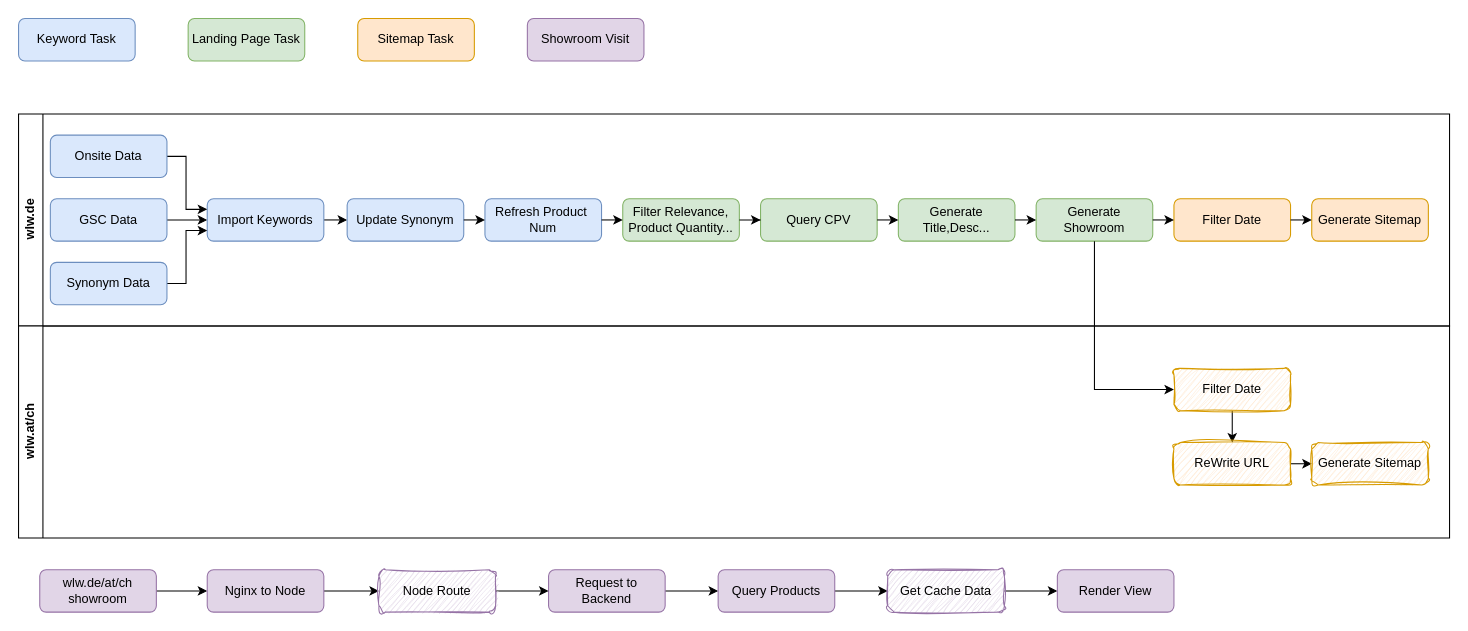
VisableHarry/seo-drawio keeps this draw.io diagram as drawio/wlw_sitemap.drawio. Above is the earlier version. Source tidied: cells renumbered, new cells numbered last; positions are measured from the earlier drawing's top-left corner, leaving out a move shared by most shapes. Both pictures are drawn from the tidied source at 106%, with x=0, y=0 at pixel (18, 18).
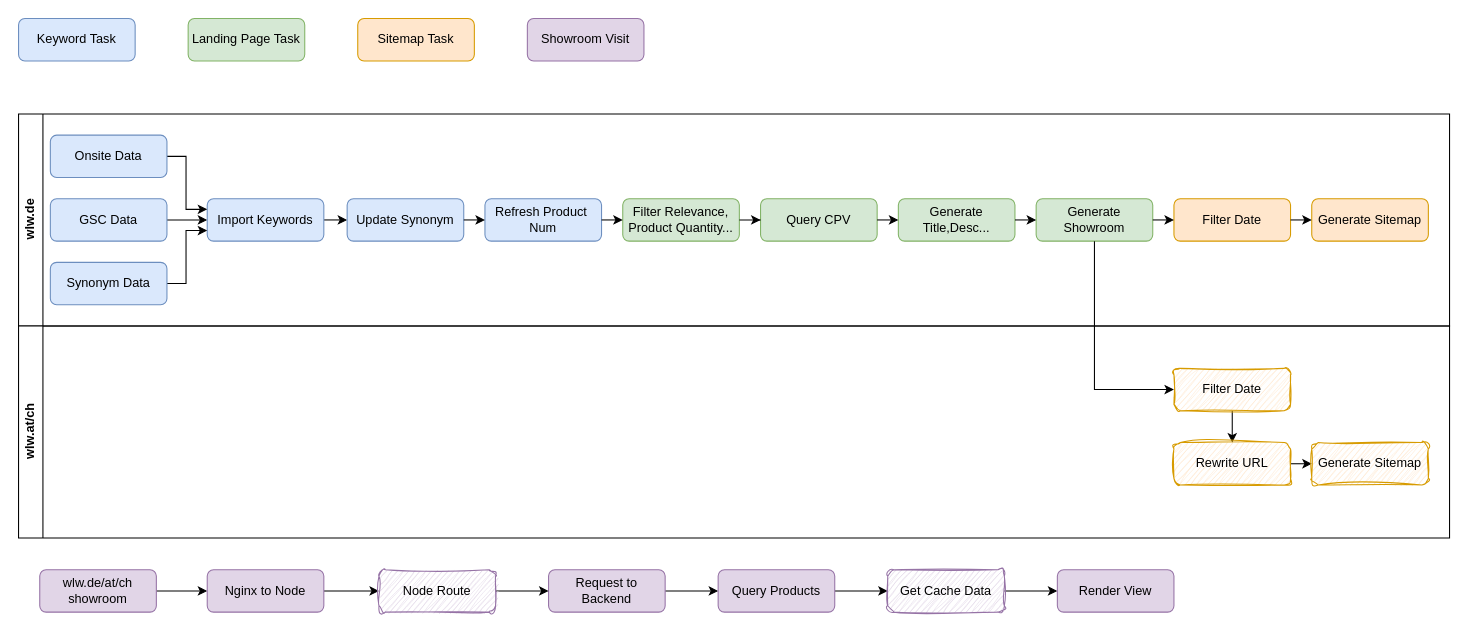
Above is the later version.

The change refers to these unchanged cells:
```xml
<mxCell id="14" value="wlw.at/ch" style="swimlane;horizontal=0;whiteSpace=wrap;html=1;" parent="13" vertex="1">
  <mxGeometry y="200" width="1350" height="200" as="geometry" />
</mxCell>
```

What changed in the source:
```diff
@@
-    <mxCell id="18" value="ReWrite URL" style="rounded=1;whiteSpace=wrap;html=1;fillColor=#ffe6cc;strokeColor=#d79b00;sketch=1;curveFitting=1;jiggle=2;" parent="14" vertex="1">
+    <mxCell id="18" value="Rewrite URL" style="rounded=1;whiteSpace=wrap;html=1;fillColor=#ffe6cc;strokeColor=#d79b00;sketch=1;curveFitting=1;jiggle=2;" parent="14" vertex="1">
       <mxGeometry x="1090" y="110" width="110" height="40" as="geometry" />
     </mxCell>
```
